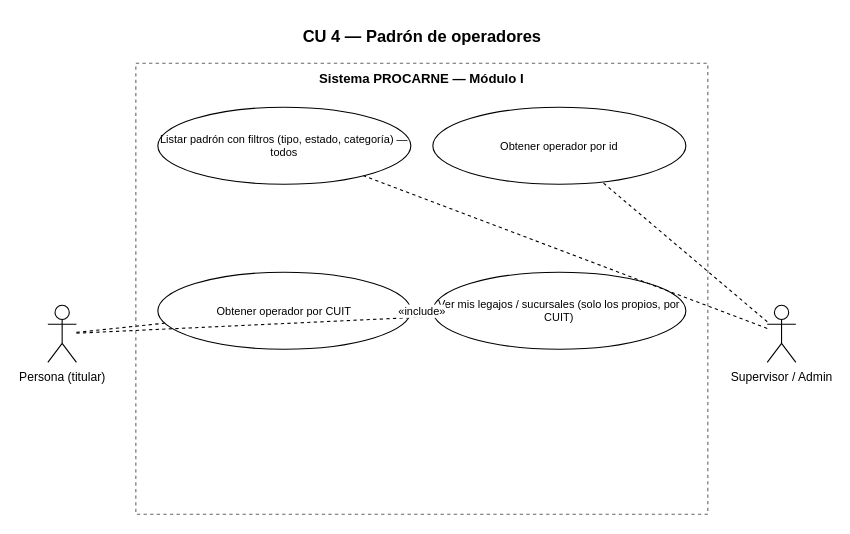
Above: diagramas/casos-de-uso-modulo-1/CU-04-padrón-de-operadores.drawio in guspaz0/2026-pp1-tt-procarne (draw.io), before the change. Source tidied: cells renumbered, new cells numbered last; positions are measured from the earlier drawing's top-left corner, leaving out a move shared by most shapes. Both pictures are drawn from the tidied source at 110%, with x=0, y=0 at pixel (47, 19).
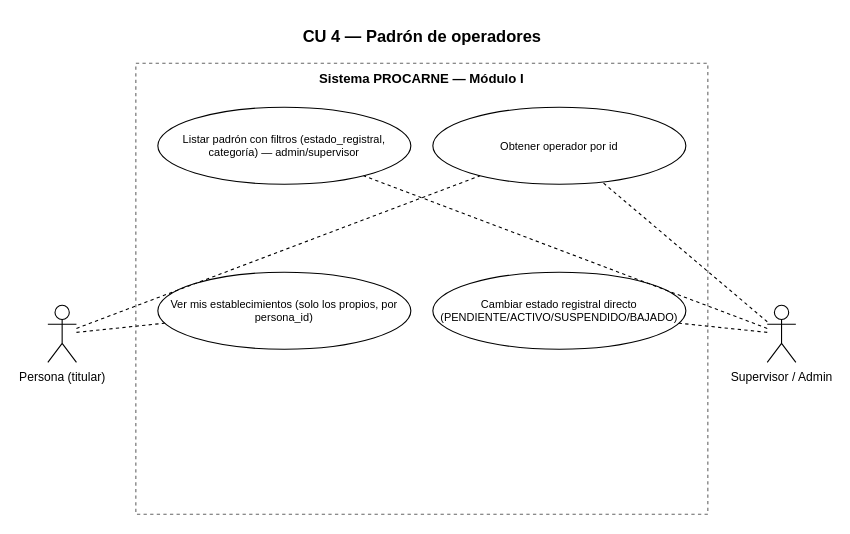
The same page after the edit.

Change to the diagram source:
```diff
@@
 <mxGraphModel>
   <root>
     <mxCell id="0" />
     <mxCell id="1" parent="0" />
     <mxCell id="2" value="CU 4 — Padrón de operadores" style="text;html=1;align=center;verticalAlign=middle;fontSize=15;fontStyle=1;" parent="1" vertex="1">
       <mxGeometry x="80" width="520" height="30" as="geometry" />
     </mxCell>
     <mxCell id="3" value="Sistema PROCARNE — Módulo I" style="rounded=0;whiteSpace=wrap;html=1;verticalAlign=top;fillColor=none;strokeColor=#666666;dashed=1;fontSize=12;fontStyle=1;" parent="1" vertex="1">
       <mxGeometry x="80" y="40" width="520" height="410" as="geometry" />
     </mxCell>
-    <mxCell id="4" value="Listar padrón con filtros (tipo, estado, categoría) — todos" style="ellipse;whiteSpace=wrap;html=1;fontSize=10;" parent="3" vertex="1">
+    <mxCell id="4" value="Listar padrón con filtros (estado_registral, categoría) — admin/supervisor" style="ellipse;whiteSpace=wrap;html=1;fontSize=10;" parent="3" vertex="1">
       <mxGeometry x="20" y="40" width="230" height="70" as="geometry" />
     </mxCell>
     <mxCell id="5" value="Obtener operador por id" style="ellipse;whiteSpace=wrap;html=1;fontSize=10;" parent="3" vertex="1">
       <mxGeometry x="270" y="40" width="230" height="70" as="geometry" />
     </mxCell>
-    <mxCell id="6" value="Obtener operador por CUIT" style="ellipse;whiteSpace=wrap;html=1;fontSize=10;" parent="3" vertex="1">
-      <mxGeometry x="20" y="190" width="230" height="70" as="geometry" />
-    </mxCell>
-    <mxCell id="7" value="Ver mis legajos / sucursales (solo los propios, por CUIT)" style="ellipse;whiteSpace=wrap;html=1;fontSize=10;" parent="3" vertex="1">
-      <mxGeometry x="270" y="190" width="230" height="70" as="geometry" />
+    <mxCell id="7" value="Ver mis establecimientos (solo los propios, por persona_id)" style="ellipse;whiteSpace=wrap;html=1;fontSize=10;" parent="3" vertex="1">
+      <mxGeometry x="20" y="190" width="230" height="70" as="geometry" />
     </mxCell>
+    <mxCell id="15" value="Cambiar estado registral directo (PENDIENTE/ACTIVO/SUSPENDIDO/BAJADO)" style="ellipse;whiteSpace=wrap;html=1;fontSize=10;" parent="3" vertex="1">
+      <mxGeometry x="270" y="190" width="230" height="70" as="geometry" />
+    </mxCell>
     <mxCell id="8" value="Persona (titular)" style="shape=umlActor;verticalLabelPosition=bottom;verticalAlign=top;html=1;outlineConnect=0;fontSize=11;" parent="1" vertex="1">
       <mxGeometry y="260" width="26" height="52" as="geometry" />
     </mxCell>
     <mxCell id="9" value="Supervisor / Admin" style="shape=umlActor;verticalLabelPosition=bottom;verticalAlign=top;html=1;outlineConnect=0;fontSize=11;" parent="1" vertex="1">
       <mxGeometry x="654" y="260" width="26" height="52" as="geometry" />
     </mxCell>
     <mxCell id="10" style="endArrow=none;html=1;dashed=1;" parent="1" edge="1" source="8" target="7">
       <mxGeometry relative="1" as="geometry" />
     </mxCell>
-    <mxCell id="11" style="endArrow=none;html=1;dashed=1;" parent="1" edge="1" source="8" target="6">
-      <mxGeometry relative="1" as="geometry" />
-    </mxCell>
+    <mxCell id="16" style="endArrow=none;html=1;dashed=1;" parent="1" edge="1" source="8" target="5">
+      <mxGeometry relative="1" as="geometry" />
+    </mxCell>
     <mxCell id="12" style="endArrow=none;html=1;dashed=1;" parent="1" edge="1" source="9" target="4">
       <mxGeometry relative="1" as="geometry" />
     </mxCell>
     <mxCell id="13" style="endArrow=none;html=1;dashed=1;" parent="1" edge="1" source="9" target="5">
       <mxGeometry relative="1" as="geometry" />
     </mxCell>
-    <mxCell id="14" value="«include»" style="endArrow=open;html=1;dashed=1;fontSize=10;" parent="1" edge="1" source="7" target="6">
-      <mxGeometry relative="1" as="geometry" />
-    </mxCell>
+    <mxCell id="17" style="endArrow=none;html=1;dashed=1;" parent="1" edge="1" source="9" target="15">
+      <mxGeometry relative="1" as="geometry" />
+    </mxCell>
   </root>
 </mxGraphModel>
```
